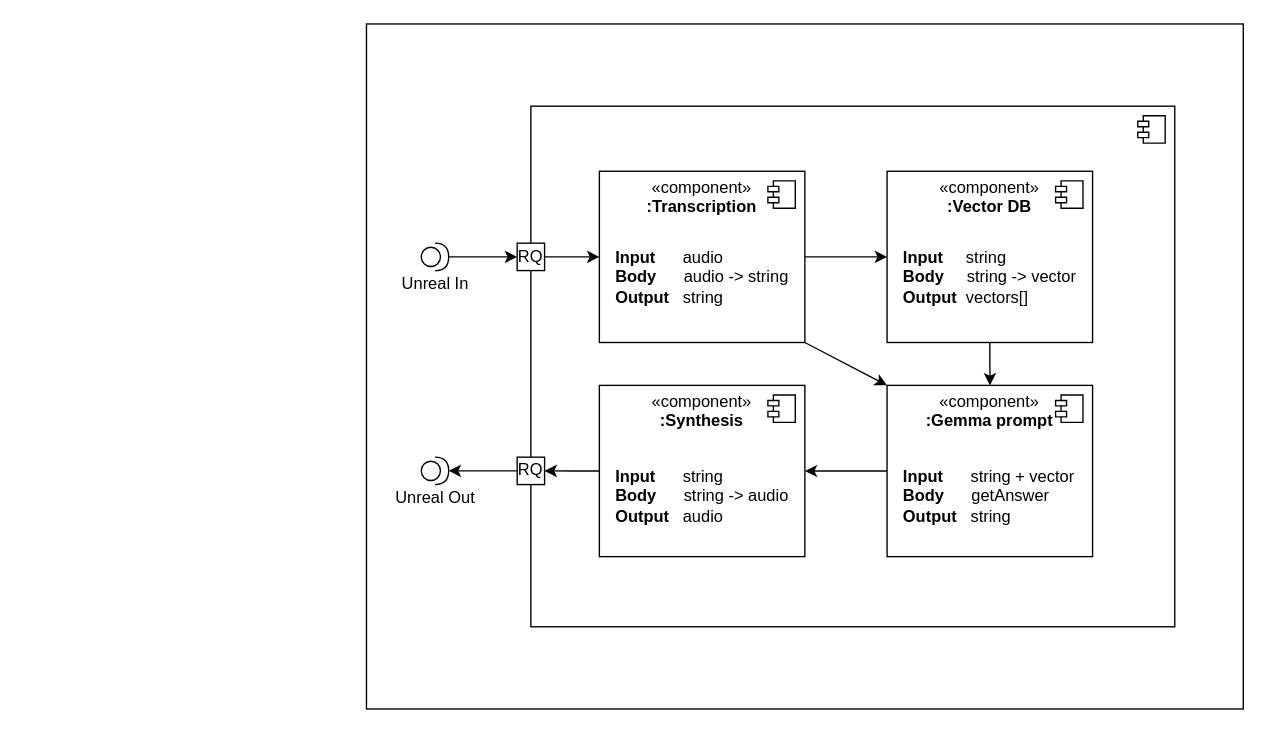
Before: TP.drawio in Jammz-kekw/MIP_clanok_AI_in_3D_welding, a draw.io diagram. Source tidied: cells renumbered, new cells numbered last; positions are measured from the earlier drawing's top-left corner, leaving out a move shared by most shapes. Both pictures are drawn from the tidied source at 137%, with x=0, y=0 at pixel (366, 23).
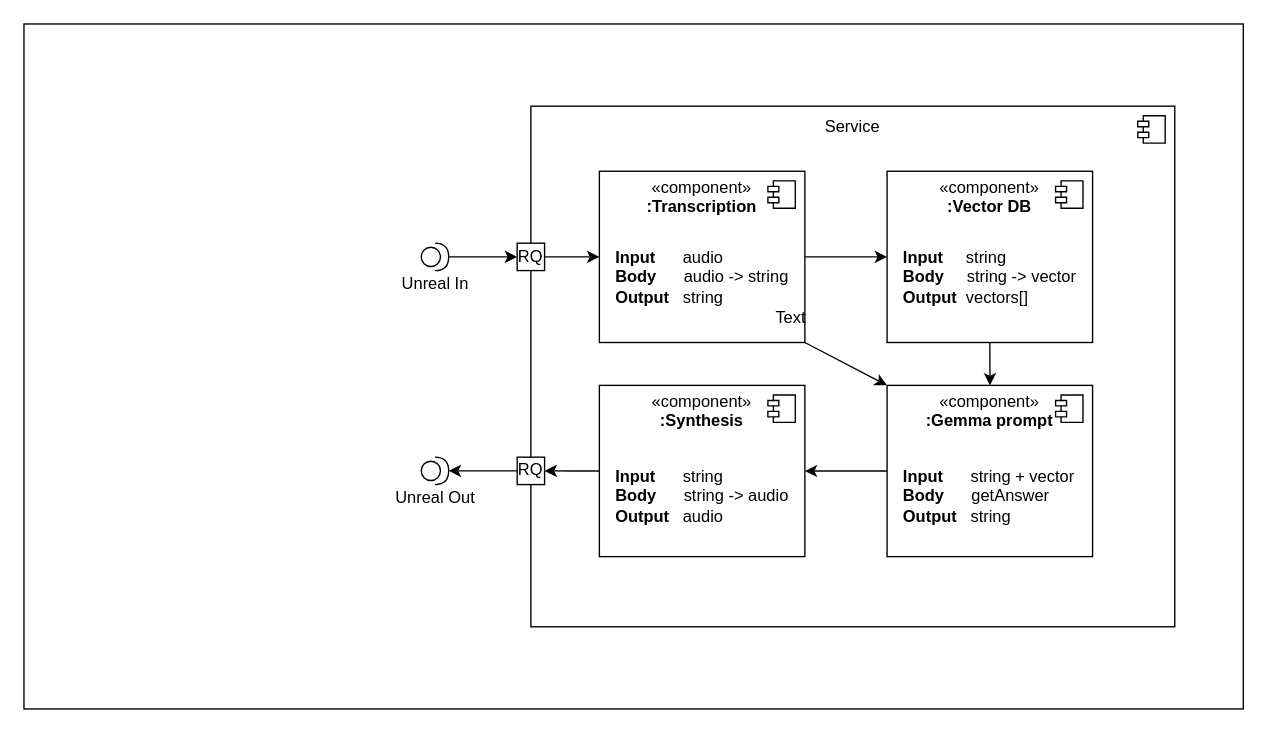
The same diagram, later.

Change to the diagram source:
```diff
@@
     <mxCell id="2" style="rounded=0;whiteSpace=wrap;html=1;" parent="1" vertex="1">
-      <mxGeometry width="640" height="500" as="geometry" />
+      <mxGeometry x="-250" width="890" height="500" as="geometry" />
     </mxCell>
@@
+    <mxCell id="29" value="Text" style="text;html=1;align=center;verticalAlign=middle;whiteSpace=wrap;rounded=0;" parent="1" vertex="1">
+      <mxGeometry x="280" y="200" width="60" height="30" as="geometry" />
+    </mxCell>
+    <mxCell id="30" value="Service" style="text;html=1;align=center;verticalAlign=middle;whiteSpace=wrap;rounded=0;" parent="1" vertex="1">
+      <mxGeometry x="325" y="60" width="60" height="30" as="geometry" />
+    </mxCell>
```
